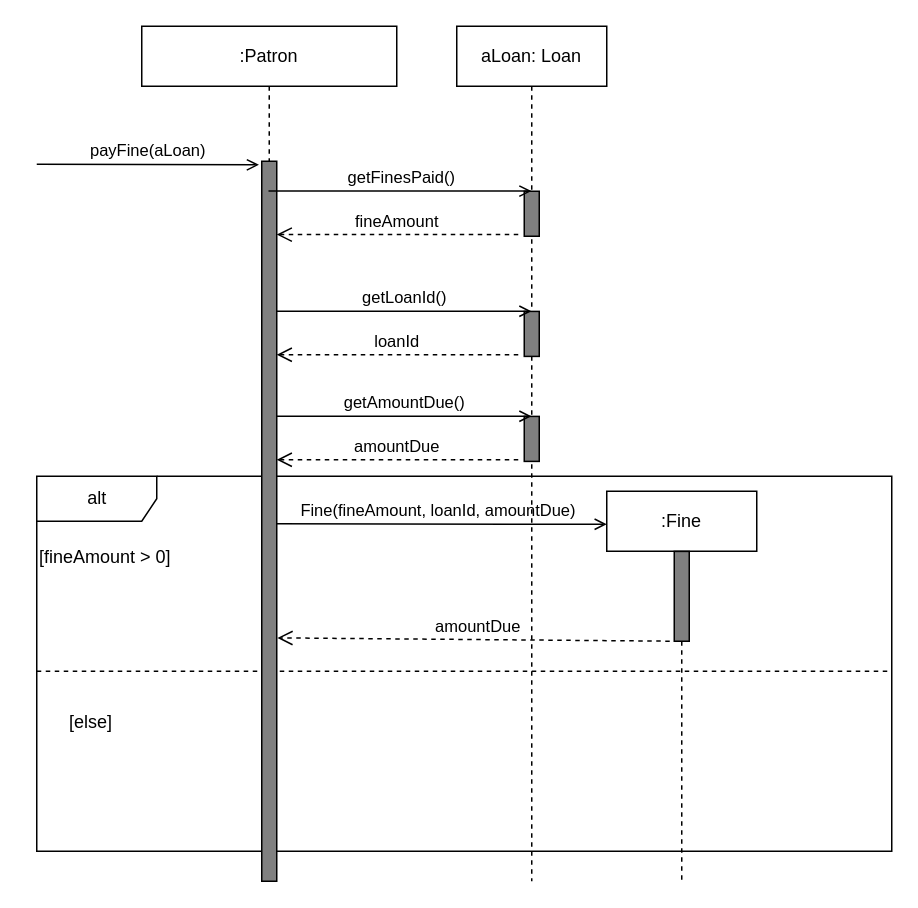
Earlier version of the draw.io diagram page "pay-fine" (3 of 3) of docs/assets/sequence-diagram.drawio (creme332/biblionex). Source tidied: cells renumbered, new cells numbered last; positions are measured from the earlier drawing's top-left corner, leaving out a move shared by most shapes. Both pictures are drawn from the tidied source at 150%, with x=0, y=0 at pixel (36, 26).
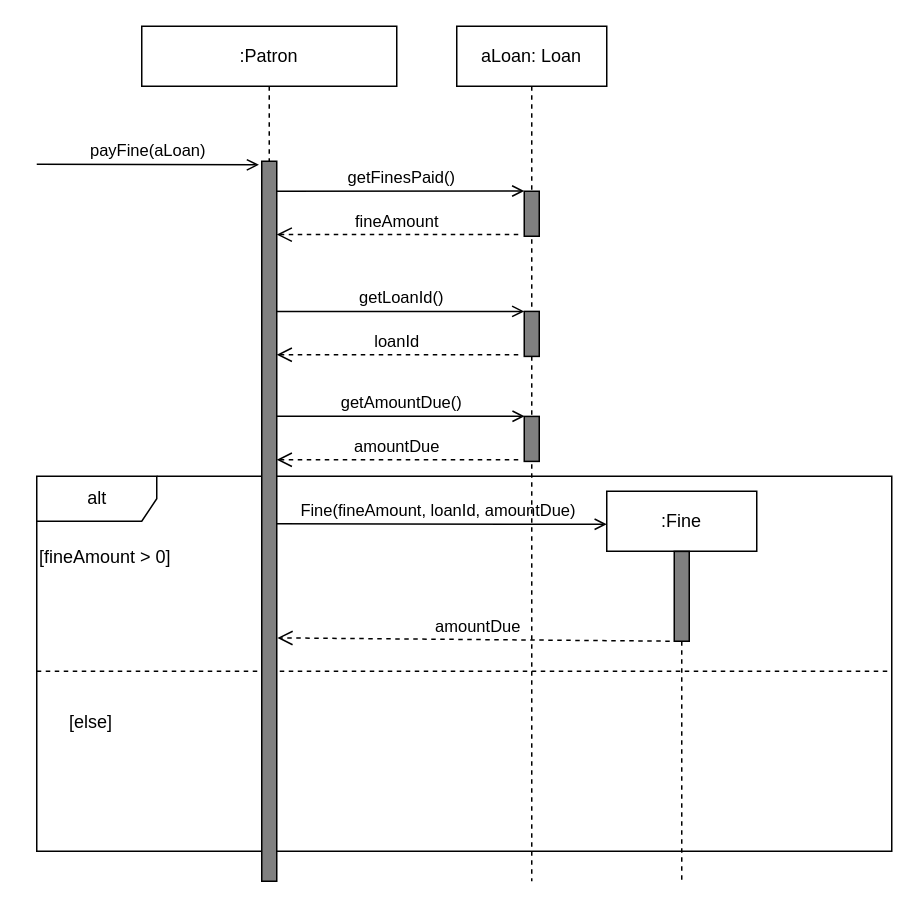
The same page after the edit.

The change refers to these unchanged cells:
```xml
<mxCell id="6" style="html=1;points=[];perimeter=orthogonalPerimeter;fillColor=#808080;" parent="5" vertex="1">
  <mxGeometry x="45" y="110" width="10" height="30" as="geometry" />
</mxCell>
<mxCell id="7" style="html=1;points=[];perimeter=orthogonalPerimeter;fillColor=#808080;" parent="5" vertex="1">
  <mxGeometry x="45" y="190.1" width="10" height="30" as="geometry" />
</mxCell>
<mxCell id="9" style="html=1;points=[];perimeter=orthogonalPerimeter;fillColor=#808080;" parent="5" vertex="1">
  <mxGeometry x="45" y="260.1" width="10" height="30" as="geometry" />
</mxCell>
<mxCell id="13" value=":Patron" style="shape=umlLifeline;perimeter=lifelinePerimeter;whiteSpace=wrap;html=1;outlineConnect=0;fillColor=none;" parent="1" vertex="1">
  <mxGeometry x="70" width="170" height="570" as="geometry" />
</mxCell>
<mxCell id="14" style="html=1;points=[];perimeter=orthogonalPerimeter;fillColor=#808080;" parent="13" vertex="1">
  <mxGeometry x="80" y="90" width="10" height="480" as="geometry" />
</mxCell>
```

Diff of the diagram source:
```diff
@@
-    <mxCell id="16" value="getFinesPaid()" style="html=1;verticalAlign=bottom;labelBackgroundColor=none;endArrow=open;endFill=0;entryX=0.481;entryY=-0.004;entryDx=0;entryDy=0;entryPerimeter=0;" parent="1" edge="1" source="13" target="6">
-      <mxGeometry relative="1" as="geometry" />
+    <mxCell id="16" value="getFinesPaid()" style="html=1;verticalAlign=bottom;labelBackgroundColor=none;endArrow=open;endFill=0;entryX=0;entryY=-0.006;entryDx=0;entryDy=0;entryPerimeter=0;" parent="1" edge="1" target="6">
+      <mxGeometry relative="1" as="geometry">
+        <mxPoint x="160" y="110" as="sourcePoint" />
+      </mxGeometry>
     </mxCell>
@@
-    <mxCell id="20" value="getLoanId()" style="html=1;verticalAlign=bottom;labelBackgroundColor=none;endArrow=open;endFill=0;entryX=0.481;entryY=-0.004;entryDx=0;entryDy=0;entryPerimeter=0;" parent="1" edge="1" source="14" target="7">
+    <mxCell id="20" value="getLoanId()" style="html=1;verticalAlign=bottom;labelBackgroundColor=none;endArrow=open;endFill=0;entryX=0;entryY=0;entryDx=0;entryDy=0;entryPerimeter=0;" parent="1" edge="1" source="14" target="7">
       <mxGeometry relative="1" as="geometry" />
     </mxCell>
-    <mxCell id="21" value="getAmountDue()" style="html=1;verticalAlign=bottom;labelBackgroundColor=none;endArrow=open;endFill=0;entryX=0.481;entryY=-0.004;entryDx=0;entryDy=0;entryPerimeter=0;" parent="1" edge="1" source="14" target="9">
+    <mxCell id="21" value="getAmountDue()" style="html=1;verticalAlign=bottom;labelBackgroundColor=none;endArrow=open;endFill=0;entryX=0.023;entryY=-0.003;entryDx=0;entryDy=0;entryPerimeter=0;" parent="1" edge="1" source="14" target="9">
       <mxGeometry relative="1" as="geometry" />
     </mxCell>
```
